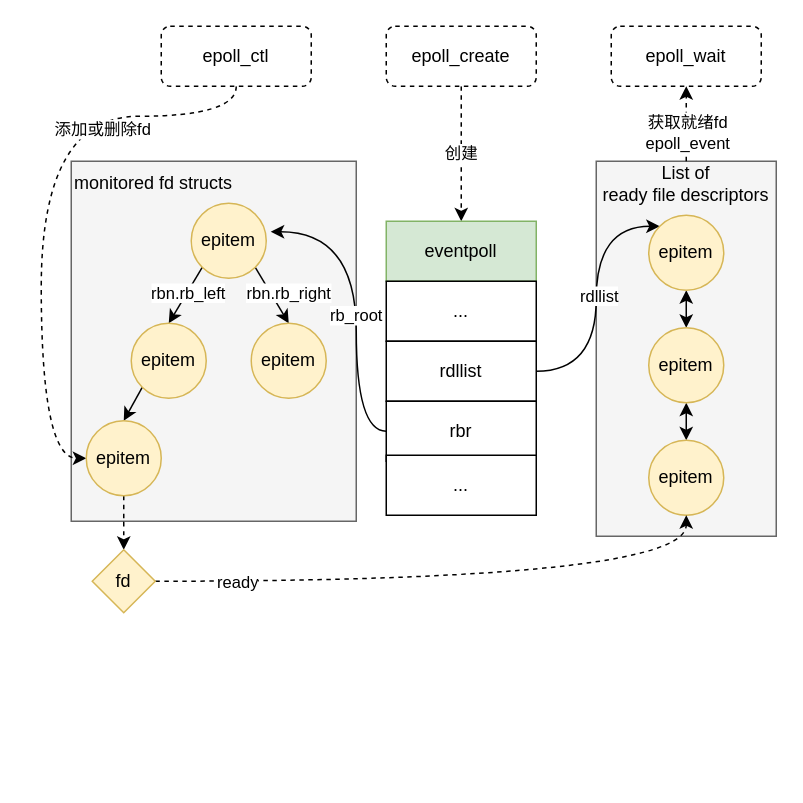
The draw.io diagram epoll.drawio in holmofy/echo-server, before the edit. Source tidied: cells renumbered, new cells numbered last; positions are measured from the earlier drawing's top-left corner, leaving out a move shared by most shapes. Both pictures are drawn from the tidied source at 150%, with x=0, y=0 at pixel (40, 26).
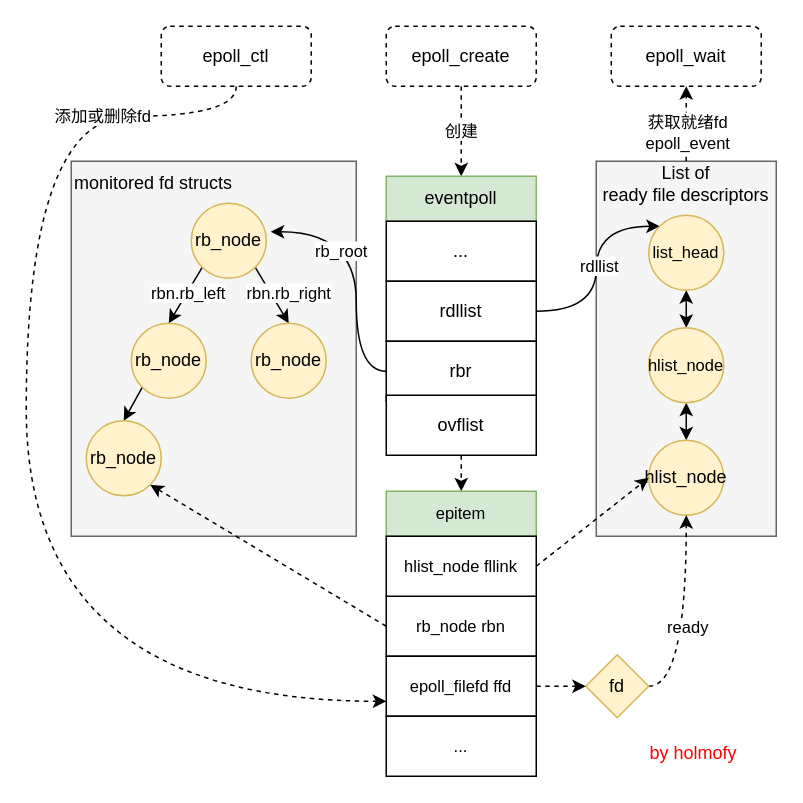
The same page after the edit.

Unchanged cells that the change refers to:
```xml
<mxCell id="6" value="epoll_ctl" style="rounded=1;whiteSpace=wrap;html=1;dashed=1;" parent="1" vertex="1">
  <mxGeometry x="80" width="100" height="40" as="geometry" />
</mxCell>
```

What changed in the source:
```diff
@@
     <mxCell id="3" style="rounded=0;whiteSpace=wrap;html=1;fillColor=#f5f5f5;strokeColor=#666666;fontColor=#333333;" parent="1" vertex="1">
-      <mxGeometry x="20" y="90" width="190" height="240" as="geometry" />
+      <mxGeometry x="20" y="90" width="190" height="250" as="geometry" />
     </mxCell>
-    <mxCell id="4" style="edgeStyle=orthogonalEdgeStyle;curved=1;rounded=0;jettySize=auto;html=1;exitX=0.5;exitY=1;exitDx=0;exitDy=0;entryX=0;entryY=0.5;entryDx=0;entryDy=0;dashed=1;" parent="1" edge="1" source="6" target="25">
+    <mxCell id="4" style="edgeStyle=orthogonalEdgeStyle;curved=1;rounded=0;jettySize=auto;html=1;exitX=0.5;exitY=1;exitDx=0;exitDy=0;entryX=0;entryY=0.75;entryDx=0;entryDy=0;dashed=1;" parent="1" edge="1" source="6" target="46">
       <mxGeometry relative="1" as="geometry">
         <Array as="points">
           <mxPoint x="130" y="60" />
-          <mxPoint y="60" />
-          <mxPoint y="288" />
+          <mxPoint x="-10" y="60" />
+          <mxPoint x="-10" y="450" />
         </Array>
       </mxGeometry>
     </mxCell>
     <mxCell id="5" value="添加或删除fd" style="edgeLabel;html=1;align=center;verticalAlign=middle;" parent="4" vertex="1">
-      <mxGeometry x="-0.46" y="8" relative="1" as="geometry" />
+      <mxGeometry x="-0.46" y="8" relative="1" as="geometry">
+        <mxPoint x="42" y="-54" as="offset" />
+      </mxGeometry>
     </mxCell>
@@
     <mxCell id="10" value="eventpoll" style="rounded=0;whiteSpace=wrap;html=1;fillColor=#d5e8d4;strokeColor=#82b366;" parent="1" vertex="1">
-      <mxGeometry x="230" y="130" width="100" height="40" as="geometry" />
+      <mxGeometry x="230" y="100" width="100" height="30" as="geometry" />
     </mxCell>
     <mxCell id="11" value="..." style="rounded=0;whiteSpace=wrap;html=1;" parent="1" vertex="1">
-      <mxGeometry x="230" y="170" width="100" height="40" as="geometry" />
+      <mxGeometry x="230" y="130" width="100" height="40" as="geometry" />
     </mxCell>
     <mxCell id="12" style="edgeStyle=orthogonalEdgeStyle;curved=1;rounded=0;jettySize=auto;html=1;exitX=1;exitY=0.5;exitDx=0;exitDy=0;entryX=0;entryY=0;entryDx=0;entryDy=0;" parent="1" edge="1" source="14" target="28">
       <mxGeometry relative="1" as="geometry">
         <Array as="points">
-          <mxPoint x="370" y="230" />
+          <mxPoint x="370" y="190" />
           <mxPoint x="370" y="133" />
         </Array>
       </mxGeometry>
     </mxCell>
@@
     <mxCell id="14" value="rdllist" style="rounded=0;whiteSpace=wrap;html=1;" parent="1" vertex="1">
-      <mxGeometry x="230" y="210" width="100" height="40" as="geometry" />
+      <mxGeometry x="230" y="170" width="100" height="40" as="geometry" />
     </mxCell>
     <mxCell id="15" value="&lt;span style=&quot;font-size: 11px&quot;&gt;rb_root&lt;/span&gt;" style="edgeStyle=orthogonalEdgeStyle;rounded=0;jettySize=auto;html=1;exitX=0;exitY=0.5;exitDx=0;exitDy=0;entryX=1.06;entryY=0.38;entryDx=0;entryDy=0;entryPerimeter=0;curved=1;" parent="1" edge="1" source="16" target="20">
-      <mxGeometry x="-0.08" relative="1" as="geometry">
+      <mxGeometry x="0.18" y="10" relative="1" as="geometry">
         <Array as="points">
-          <mxPoint x="210" y="270" />
+          <mxPoint x="210" y="230" />
           <mxPoint x="210" y="137" />
         </Array>
       </mxGeometry>
     </mxCell>
     <mxCell id="16" value="rbr" style="rounded=0;whiteSpace=wrap;html=1;" parent="1" vertex="1">
-      <mxGeometry x="230" y="250" width="100" height="40" as="geometry" />
+      <mxGeometry x="230" y="210" width="100" height="40" as="geometry" />
     </mxCell>
@@
-    <mxCell id="20" value="epitem" style="ellipse;whiteSpace=wrap;html=1;fillColor=#fff2cc;strokeColor=#d6b656;" parent="1" vertex="1">
+    <mxCell id="20" value="rb_node" style="ellipse;whiteSpace=wrap;html=1;fillColor=#fff2cc;strokeColor=#d6b656;" parent="1" vertex="1">
       <mxGeometry x="100" y="118" width="50" height="50" as="geometry" />
     </mxCell>
@@
-    <mxCell id="22" value="epitem" style="ellipse;whiteSpace=wrap;html=1;fillColor=#fff2cc;strokeColor=#d6b656;" parent="1" vertex="1">
+    <mxCell id="22" value="rb_node" style="ellipse;whiteSpace=wrap;html=1;fillColor=#fff2cc;strokeColor=#d6b656;" parent="1" vertex="1">
       <mxGeometry x="60" y="198" width="50" height="50" as="geometry" />
     </mxCell>
-    <mxCell id="23" value="epitem" style="ellipse;whiteSpace=wrap;html=1;fillColor=#fff2cc;strokeColor=#d6b656;" parent="1" vertex="1">
+    <mxCell id="23" value="rb_node" style="ellipse;whiteSpace=wrap;html=1;fillColor=#fff2cc;strokeColor=#d6b656;" parent="1" vertex="1">
       <mxGeometry x="140" y="198" width="50" height="50" as="geometry" />
     </mxCell>
-    <mxCell id="24" style="edgeStyle=orthogonalEdgeStyle;curved=1;rounded=0;jettySize=auto;html=1;dashed=1;" parent="1" edge="1" source="25" target="37">
-      <mxGeometry relative="1" as="geometry" />
-    </mxCell>
-    <mxCell id="25" value="epitem" style="ellipse;whiteSpace=wrap;html=1;fillColor=#fff2cc;strokeColor=#d6b656;" parent="1" vertex="1">
+    <mxCell id="25" value="rb_node" style="ellipse;whiteSpace=wrap;html=1;fillColor=#fff2cc;strokeColor=#d6b656;" parent="1" vertex="1">
       <mxGeometry x="30" y="263" width="50" height="50" as="geometry" />
     </mxCell>
@@
-    <mxCell id="28" value="epitem" style="ellipse;whiteSpace=wrap;html=1;fillColor=#fff2cc;strokeColor=#d6b656;" parent="1" vertex="1">
+    <mxCell id="28" value="list_head" style="ellipse;whiteSpace=wrap;html=1;fillColor=#fff2cc;strokeColor=#d6b656;fontSize=11;" parent="1" vertex="1">
       <mxGeometry x="405" y="126" width="50" height="50" as="geometry" />
     </mxCell>
@@
-    <mxCell id="30" value="epitem" style="ellipse;whiteSpace=wrap;html=1;fillColor=#fff2cc;strokeColor=#d6b656;" parent="1" vertex="1">
+    <mxCell id="30" value="hlist_node" style="ellipse;whiteSpace=wrap;html=1;fillColor=#fff2cc;strokeColor=#d6b656;fontSize=11;" parent="1" vertex="1">
       <mxGeometry x="405" y="201" width="50" height="50" as="geometry" />
     </mxCell>
-    <mxCell id="31" value="epitem" style="ellipse;whiteSpace=wrap;html=1;fillColor=#fff2cc;strokeColor=#d6b656;" parent="1" vertex="1">
+    <mxCell id="31" value="hlist_node" style="ellipse;whiteSpace=wrap;html=1;fillColor=#fff2cc;strokeColor=#d6b656;" parent="1" vertex="1">
       <mxGeometry x="405" y="276" width="50" height="50" as="geometry" />
     </mxCell>
@@
     <mxCell id="35" style="edgeStyle=orthogonalEdgeStyle;curved=1;rounded=0;jettySize=auto;html=1;exitX=1;exitY=0.5;exitDx=0;exitDy=0;entryX=0.5;entryY=1;entryDx=0;entryDy=0;dashed=1;startArrow=none;startFill=0;" parent="1" edge="1" source="37" target="31">
       <mxGeometry relative="1" as="geometry">
         <Array as="points">
-          <mxPoint x="430" y="370" />
+          <mxPoint x="430" y="440" />
         </Array>
       </mxGeometry>
     </mxCell>
     <mxCell id="36" value="ready" style="edgeLabel;html=1;align=center;verticalAlign=middle;" parent="35" vertex="1">
       <mxGeometry x="-0.81" relative="1" as="geometry">
-        <mxPoint x="16" as="offset" />
+        <mxPoint x="12" y="-40" as="offset" />
       </mxGeometry>
     </mxCell>
     <mxCell id="37" value="fd" style="rhombus;whiteSpace=wrap;html=1;strokeColor=#d6b656;fillColor=#fff2cc;" parent="1" vertex="1">
-      <mxGeometry x="34" y="349" width="42" height="42" as="geometry" />
+      <mxGeometry x="363" y="419" width="42" height="42" as="geometry" />
     </mxCell>
+    <mxCell id="39" style="edgeStyle=none;rounded=0;jettySize=auto;html=1;exitX=0.5;exitY=1;exitDx=0;exitDy=0;entryX=0.5;entryY=0;entryDx=0;entryDy=0;dashed=1;fontSize=11;startArrow=none;startFill=0;" parent="1" edge="1" source="38" target="40">
+      <mxGeometry relative="1" as="geometry" />
+    </mxCell>
-    <mxCell id="38" value="..." style="rounded=0;whiteSpace=wrap;html=1;" parent="1" vertex="1">
-      <mxGeometry x="230" y="286" width="100" height="40" as="geometry" />
+    <mxCell id="38" value="ovflist" style="rounded=0;whiteSpace=wrap;html=1;" parent="1" vertex="1">
+      <mxGeometry x="230" y="246" width="100" height="40" as="geometry" />
     </mxCell>
+    <mxCell id="40" value="&lt;span style=&quot;font-size: 11px&quot;&gt;epitem&lt;/span&gt;" style="rounded=0;whiteSpace=wrap;html=1;fontSize=11;fillColor=#d5e8d4;strokeColor=#82b366;" parent="1" vertex="1">
+      <mxGeometry x="230" y="310" width="100" height="30" as="geometry" />
+    </mxCell>
+    <mxCell id="41" value="&lt;span style=&quot;font-size: 11px&quot;&gt;rb_node&amp;nbsp;rbn&lt;/span&gt;" style="rounded=0;whiteSpace=wrap;html=1;fontSize=11;" parent="1" vertex="1">
+      <mxGeometry x="230" y="380" width="100" height="40" as="geometry" />
+    </mxCell>
+    <mxCell id="42" style="edgeStyle=none;rounded=0;jettySize=auto;html=1;exitX=0;exitY=0.5;exitDx=0;exitDy=0;entryX=1;entryY=1;entryDx=0;entryDy=0;dashed=1;fontSize=11;startArrow=none;startFill=0;" parent="1" edge="1" source="41" target="25">
+      <mxGeometry relative="1" as="geometry" />
+    </mxCell>
+    <mxCell id="43" style="edgeStyle=none;rounded=0;jettySize=auto;html=1;exitX=1;exitY=0.5;exitDx=0;exitDy=0;entryX=0;entryY=0.5;entryDx=0;entryDy=0;dashed=1;fontSize=11;startArrow=none;startFill=0;" parent="1" edge="1" source="44" target="31">
+      <mxGeometry relative="1" as="geometry" />
+    </mxCell>
+    <mxCell id="44" value="&lt;span style=&quot;font-size: 11px&quot;&gt;hlist_node&amp;nbsp;fllink&lt;/span&gt;" style="rounded=0;whiteSpace=wrap;html=1;fontSize=11;" parent="1" vertex="1">
+      <mxGeometry x="230" y="340" width="100" height="40" as="geometry" />
+    </mxCell>
+    <mxCell id="45" style="rounded=0;jettySize=auto;html=1;exitX=1;exitY=0.5;exitDx=0;exitDy=0;entryX=0;entryY=0.5;entryDx=0;entryDy=0;dashed=1;fontSize=11;startArrow=none;startFill=0;" parent="1" edge="1" source="46" target="37">
+      <mxGeometry relative="1" as="geometry" />
+    </mxCell>
+    <mxCell id="46" value="&lt;span style=&quot;font-size: 11px&quot;&gt;epoll_filefd&amp;nbsp;&lt;/span&gt;&lt;span style=&quot;font-size: 11px&quot;&gt;ffd&lt;/span&gt;" style="rounded=0;whiteSpace=wrap;html=1;fontSize=11;" parent="1" vertex="1">
+      <mxGeometry x="230" y="420" width="100" height="40" as="geometry" />
+    </mxCell>
+    <mxCell id="47" value="..." style="rounded=0;whiteSpace=wrap;html=1;fontSize=11;" parent="1" vertex="1">
+      <mxGeometry x="230" y="460" width="100" height="40" as="geometry" />
+    </mxCell>
+    <mxCell id="48" value="by holmofy" style="text;html=1;align=center;verticalAlign=middle;whiteSpace=wrap;rounded=0;fontColor=#FF0000;" parent="1" vertex="1">
+      <mxGeometry x="380" y="470" width="110" height="30" as="geometry" />
+    </mxCell>
```
